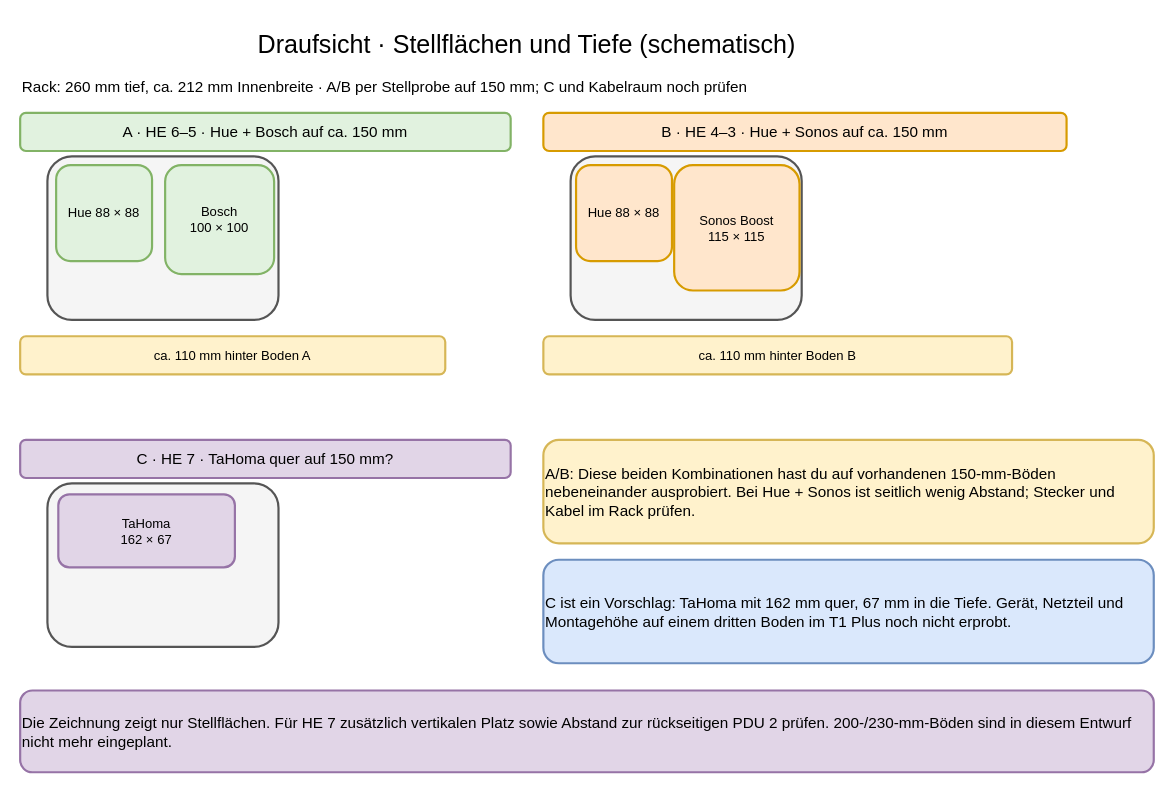
tiptronic/diagrams keeps this draw.io diagram as page "Fachböden – Draufsicht" (2 of 4) of 10-zoll-rack-planung.drawio. Above is the earlier version. Source tidied: cells renumbered, new cells numbered last; positions are measured from the earlier drawing's top-left corner, leaving out a move shared by most shapes. Both pictures are drawn from the tidied source at 109%, with x=0, y=0 at pixel (20, 20).
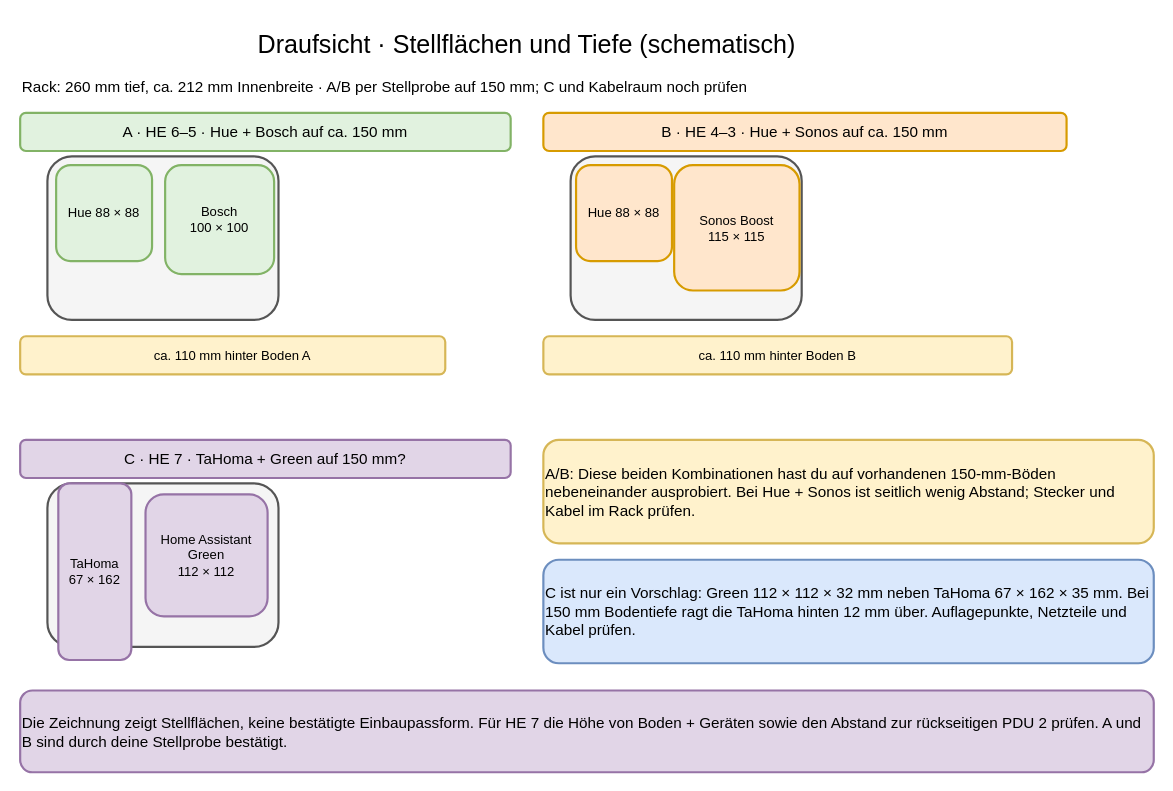
The same page after the edit.

Commit message (it also covers changes not shown here):
Add Home Assistant Green to rack plan

Change to the diagram source:
```diff
@@
-    <mxCell id="14" value="C · HE 7 · TaHoma quer auf 150 mm?" style="rounded=1;whiteSpace=wrap;html=1;align=center;verticalAlign=middle;strokeWidth=2;fontSize=14;fillColor=#e1d5e7;strokeColor=#9673a6;" parent="1" vertex="1">
+    <mxCell id="14" value="C · HE 7 · TaHoma + Green auf 150 mm?" style="rounded=1;whiteSpace=wrap;html=1;align=center;verticalAlign=middle;strokeWidth=2;fontSize=14;fillColor=#e1d5e7;strokeColor=#9673a6;" parent="1" vertex="1">
       <mxGeometry y="385" width="450" height="35" as="geometry" />
     </mxCell>
@@
-    <mxCell id="16" value="TaHoma&#10;162 × 67" style="rounded=1;whiteSpace=wrap;html=1;align=center;verticalAlign=middle;strokeWidth=2;fontSize=12;fillColor=#e1d5e7;strokeColor=#9673a6;" parent="1" vertex="1">
-      <mxGeometry x="35" y="435" width="162" height="67" as="geometry" />
+    <mxCell id="16" value="TaHoma&#10;67 × 162" style="rounded=1;whiteSpace=wrap;html=1;align=center;verticalAlign=middle;strokeWidth=2;fontSize=12;fillColor=#e1d5e7;strokeColor=#9673a6;" parent="1" vertex="1">
+      <mxGeometry x="35" y="425" width="67" height="162" as="geometry" />
     </mxCell>
+    <mxCell id="20" value="Home Assistant Green&#10;112 × 112" style="rounded=1;whiteSpace=wrap;html=1;align=center;verticalAlign=middle;strokeWidth=2;fontSize=12;fillColor=#e1d5e7;strokeColor=#9673a6;" parent="1" vertex="1">
+      <mxGeometry x="115" y="435" width="112" height="112" as="geometry" />
+    </mxCell>
@@
-    <mxCell id="18" value="C ist ein Vorschlag: TaHoma mit 162 mm quer, 67 mm in die Tiefe. Gerät, Netzteil und Montagehöhe auf einem dritten Boden im T1 Plus noch nicht erprobt." style="rounded=1;whiteSpace=wrap;html=1;align=left;verticalAlign=middle;strokeWidth=2;fontSize=14;fillColor=#dae8fc;strokeColor=#6c8ebf;" parent="1" vertex="1">
+    <mxCell id="18" value="C ist nur ein Vorschlag: Green 112 × 112 × 32 mm neben TaHoma 67 × 162 × 35 mm. Bei 150 mm Bodentiefe ragt die TaHoma hinten 12 mm über. Auflagepunkte, Netzteile und Kabel prüfen." style="rounded=1;whiteSpace=wrap;html=1;align=left;verticalAlign=middle;strokeWidth=2;fontSize=14;fillColor=#dae8fc;strokeColor=#6c8ebf;" parent="1" vertex="1">
       <mxGeometry x="480" y="495" width="560" height="95" as="geometry" />
     </mxCell>
-    <mxCell id="19" value="Die Zeichnung zeigt nur Stellflächen. Für HE 7 zusätzlich vertikalen Platz sowie Abstand zur rückseitigen PDU 2 prüfen. 200-/230-mm-Böden sind in diesem Entwurf nicht mehr eingeplant." style="rounded=1;whiteSpace=wrap;html=1;align=left;verticalAlign=middle;strokeWidth=2;fontSize=14;fillColor=#e1d5e7;strokeColor=#9673a6;" parent="1" vertex="1">
+    <mxCell id="19" value="Die Zeichnung zeigt Stellflächen, keine bestätigte Einbaupassform. Für HE 7 die Höhe von Boden + Geräten sowie den Abstand zur rückseitigen PDU 2 prüfen. A und B sind durch deine Stellprobe bestätigt." style="rounded=1;whiteSpace=wrap;html=1;align=left;verticalAlign=middle;strokeWidth=2;fontSize=14;fillColor=#e1d5e7;strokeColor=#9673a6;" parent="1" vertex="1">
       <mxGeometry y="615" width="1040" height="75" as="geometry" />
     </mxCell>
```
